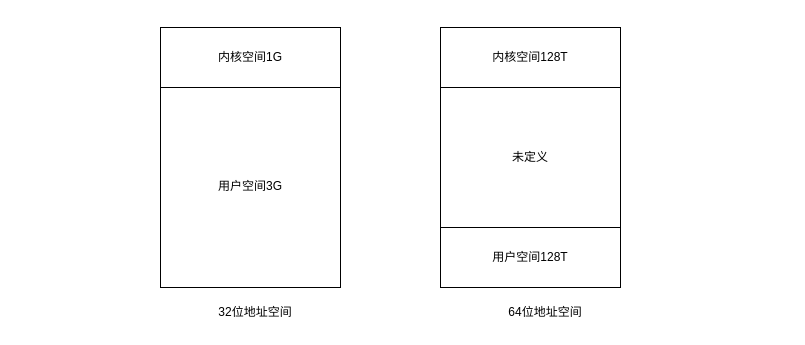
Before: 虚拟内存空间.drawio in Netech-DevNote/itquestions_pictures, a draw.io diagram. Source tidied: cells renumbered, new cells numbered last; positions are measured from the earlier drawing's top-left corner, leaving out a move shared by most shapes. Both pictures are drawn from the tidied source at 100%, with x=0, y=0 at pixel (160, 27).
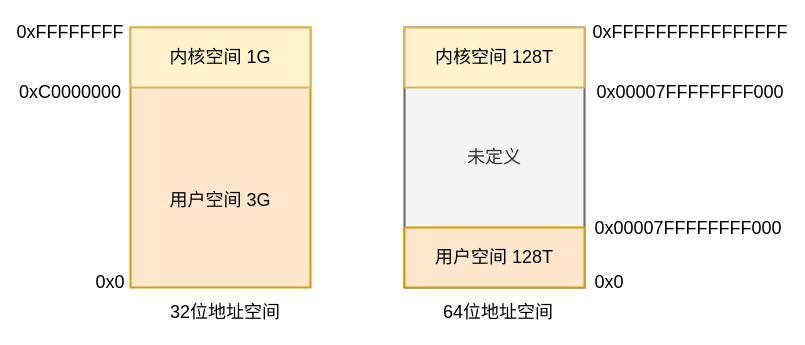
Above is the later version.

Commit message (it also covers changes not shown here):
更新虚拟内存空间.drawio

Diff of the diagram source:
```diff
@@
 <mxGraphModel>
   <root>
     <mxCell id="0" />
     <mxCell id="1" parent="0" />
-    <mxCell id="2" value="&lt;br&gt;&lt;br&gt;&lt;br&gt;&lt;br&gt;用户空间3G" style="rounded=0;whiteSpace=wrap;html=1;" parent="1" vertex="1">
-      <mxGeometry width="180" height="260" as="geometry" />
+    <mxCell id="2" value="&lt;br style=&quot;font-size: 18px;&quot;&gt;&lt;br style=&quot;font-size: 18px;&quot;&gt;&lt;br style=&quot;font-size: 18px;&quot;&gt;&lt;br style=&quot;font-size: 18px;&quot;&gt;用户空间 3G" style="rounded=0;whiteSpace=wrap;html=1;fontSize=18;fillColor=#ffe6cc;strokeColor=#d79b00;strokeWidth=2;" parent="1" vertex="1">
+      <mxGeometry x="-30" width="180" height="260" as="geometry" />
     </mxCell>
-    <mxCell id="3" value="未定义" style="rounded=0;whiteSpace=wrap;html=1;" parent="1" vertex="1">
-      <mxGeometry x="280" width="180" height="260" as="geometry" />
+    <mxCell id="3" value="未定义" style="rounded=0;whiteSpace=wrap;html=1;fontSize=18;fillColor=#f5f5f5;strokeColor=#666666;fontColor=#333333;strokeWidth=2;" parent="1" vertex="1">
+      <mxGeometry x="244" width="180" height="260" as="geometry" />
     </mxCell>
-    <mxCell id="4" value="32位地址空间" style="text;html=1;strokeColor=none;fillColor=none;align=center;verticalAlign=middle;whiteSpace=wrap;rounded=0;" parent="1" vertex="1">
-      <mxGeometry x="50" y="270" width="90" height="30" as="geometry" />
+    <mxCell id="4" value="32位地址空间" style="text;html=1;strokeColor=none;fillColor=none;align=center;verticalAlign=middle;whiteSpace=wrap;rounded=0;fontSize=18;strokeWidth=2;" parent="1" vertex="1">
+      <mxGeometry x="-10" y="270" width="150" height="30" as="geometry" />
     </mxCell>
-    <mxCell id="5" value="64位地址空间" style="text;html=1;strokeColor=none;fillColor=none;align=center;verticalAlign=middle;whiteSpace=wrap;rounded=0;" parent="1" vertex="1">
-      <mxGeometry x="340" y="270" width="90" height="30" as="geometry" />
+    <mxCell id="5" value="64位地址空间" style="text;html=1;strokeColor=none;fillColor=none;align=center;verticalAlign=middle;whiteSpace=wrap;rounded=0;fontSize=18;strokeWidth=2;" parent="1" vertex="1">
+      <mxGeometry x="270" y="270" width="136" height="30" as="geometry" />
     </mxCell>
-    <mxCell id="6" value="内核空间1G" style="rounded=0;whiteSpace=wrap;html=1;" parent="1" vertex="1">
-      <mxGeometry width="180" height="60" as="geometry" />
+    <mxCell id="6" value="内核空间 1G" style="rounded=0;whiteSpace=wrap;html=1;fontSize=18;fillColor=#fff2cc;strokeColor=#d6b656;strokeWidth=2;" parent="1" vertex="1">
+      <mxGeometry x="-30" width="180" height="60" as="geometry" />
     </mxCell>
-    <mxCell id="7" value="内核空间128T" style="rounded=0;whiteSpace=wrap;html=1;" parent="1" vertex="1">
-      <mxGeometry x="280" width="180" height="60" as="geometry" />
+    <mxCell id="7" value="内核空间 128T" style="rounded=0;whiteSpace=wrap;html=1;fontSize=18;fillColor=#fff2cc;strokeColor=#d6b656;strokeWidth=2;" parent="1" vertex="1">
+      <mxGeometry x="244" width="180" height="60" as="geometry" />
     </mxCell>
-    <mxCell id="8" value="用户空间128T" style="rounded=0;whiteSpace=wrap;html=1;" parent="1" vertex="1">
-      <mxGeometry x="280" y="200" width="180" height="60" as="geometry" />
+    <mxCell id="8" value="用户空间 128T" style="rounded=0;whiteSpace=wrap;html=1;fontSize=18;fillColor=#ffe6cc;strokeColor=#d79b00;strokeWidth=2;" parent="1" vertex="1">
+      <mxGeometry x="244" y="200" width="180" height="60" as="geometry" />
     </mxCell>
+    <mxCell id="9" value="0x0" style="text;html=1;strokeColor=none;fillColor=none;align=center;verticalAlign=middle;whiteSpace=wrap;rounded=0;fontSize=18;strokeWidth=2;" parent="1" vertex="1">
+      <mxGeometry x="-80" y="240" width="60" height="30" as="geometry" />
+    </mxCell>
+    <mxCell id="10" value="0xC0000000" style="text;html=1;strokeColor=none;fillColor=none;align=center;verticalAlign=middle;whiteSpace=wrap;rounded=0;fontSize=18;strokeWidth=2;" parent="1" vertex="1">
+      <mxGeometry x="-120" y="50" width="60" height="30" as="geometry" />
+    </mxCell>
+    <mxCell id="11" value="0xFFFFFFFF" style="text;html=1;strokeColor=none;fillColor=none;align=center;verticalAlign=middle;whiteSpace=wrap;rounded=0;fontSize=18;strokeWidth=2;" parent="1" vertex="1">
+      <mxGeometry x="-120" y="-10" width="60" height="30" as="geometry" />
+    </mxCell>
+    <mxCell id="12" value="0x0" style="text;html=1;strokeColor=none;fillColor=none;align=center;verticalAlign=middle;whiteSpace=wrap;rounded=0;fontSize=18;strokeWidth=2;" parent="1" vertex="1">
+      <mxGeometry x="419" y="240" width="60" height="30" as="geometry" />
+    </mxCell>
+    <mxCell id="13" value="0x00007FFFFFFFF000" style="text;html=1;strokeColor=none;fillColor=none;align=center;verticalAlign=middle;whiteSpace=wrap;rounded=0;fontSize=18;strokeWidth=2;" parent="1" vertex="1">
+      <mxGeometry x="498" y="186" width="60" height="30" as="geometry" />
+    </mxCell>
+    <mxCell id="14" value="0x00007FFFFFFFF000" style="text;html=1;strokeColor=none;fillColor=none;align=center;verticalAlign=middle;whiteSpace=wrap;rounded=0;fontSize=18;strokeWidth=2;" parent="1" vertex="1">
+      <mxGeometry x="500" y="50" width="60" height="30" as="geometry" />
+    </mxCell>
+    <mxCell id="15" value="0xFFFFFFFFFFFFFFFF" style="text;html=1;strokeColor=none;fillColor=none;align=center;verticalAlign=middle;whiteSpace=wrap;rounded=0;fontSize=18;strokeWidth=2;" parent="1" vertex="1">
+      <mxGeometry x="500" y="-10" width="60" height="30" as="geometry" />
+    </mxCell>
   </root>
 </mxGraphModel>
```
